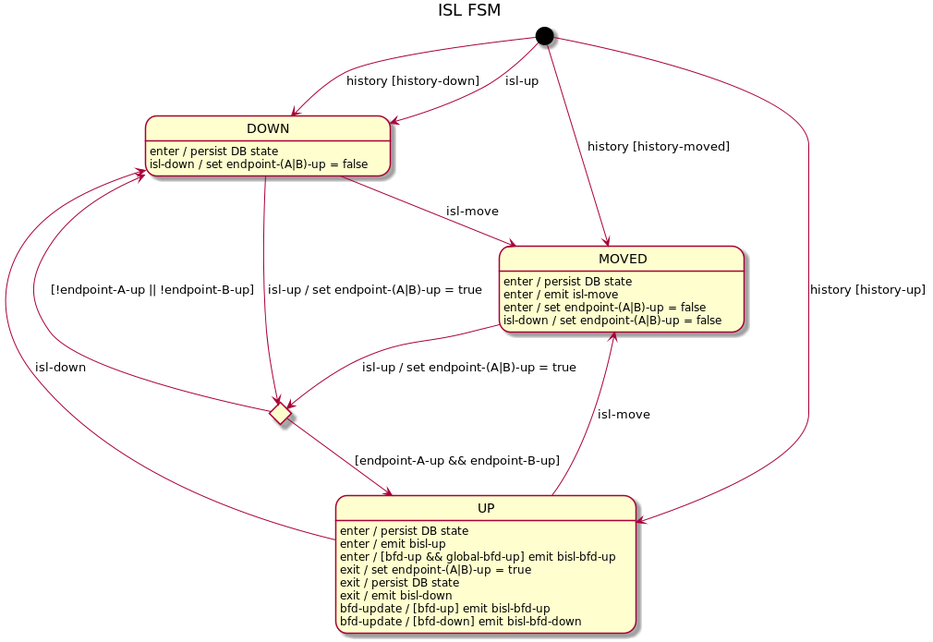
Above: docs/design/network-discovery/ISL-FSM.png in telstra/open-kilda (PlantUML), before the change.
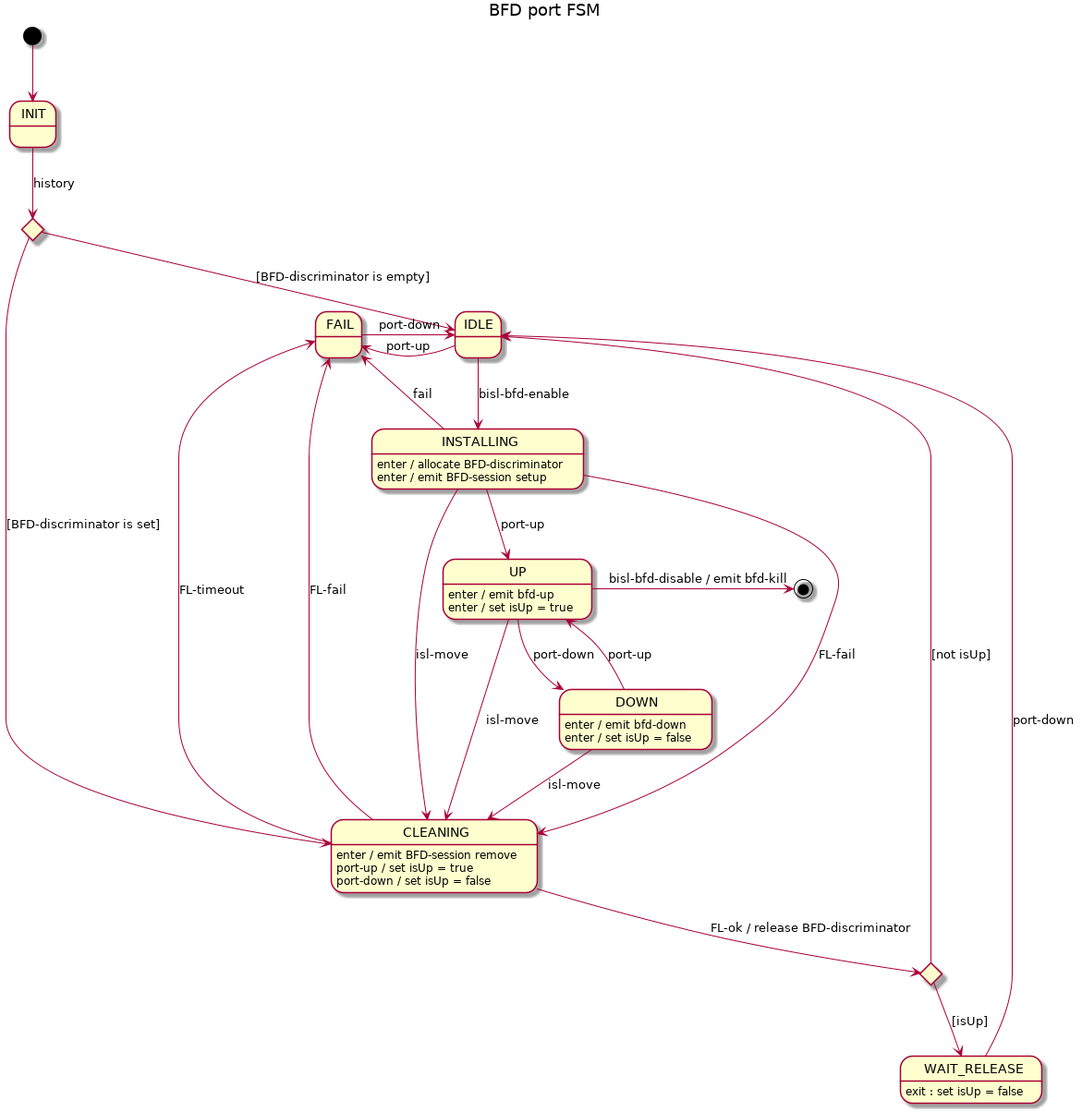
Later version of the same file.

The edit, as a diff of the source:
```diff
@@ -1,36 +1,50 @@
 @startuml
-title ISL FSM
+title BFD port FSM
 
-[*] --> DOWN : history [history-down]
-[*] --> DOWN : isl-up
-[*] --> UP : history [history-up]
-[*] --> MOVED : history [history-moved]
+[*] --> INIT
 
-state upAttempt <<choice>>
+state initChoice <<choice>>
+INIT --> initChoice : history
 
-DOWN --> upAttempt : isl-up / set endpoint-(A|B)-up = true
-DOWN --> MOVED : isl-move
-DOWN : enter / persist DB state
-DOWN : isl-down / set endpoint-(A|B)-up = false
+initChoice --> IDLE : [BFD-discriminator is empty]
+initChoice --> CLEANING : [BFD-discriminator is set]
 
-upAttempt --> UP : [endpoint-A-up && endpoint-B-up]
-upAttempt --> DOWN : [!endpoint-A-up || !endpoint-B-up]
+IDLE --> INSTALLING : bisl-bfd-enable
+IDLE -l-> FAIL : port-up
 
-UP --> DOWN : isl-down
-UP --> MOVED : isl-move
-UP : enter / persist DB state
-UP : enter / emit bisl-up
-UP : enter / [bfd-up && global-bfd-up] emit bisl-bfd-up
-UP : exit / set endpoint-(A|B)-up = true
-UP : exit / persist DB state
-UP : exit / emit bisl-down
-UP : bfd-update / [bfd-up] emit bisl-bfd-up
-UP : bfd-update / [bfd-down] emit bisl-bfd-down
+INSTALLING --> UP : port-up
+INSTALLING --> CLEANING : FL-fail
+INSTALLING --> CLEANING : isl-move
+INSTALLING --> FAIL : fail
+INSTALLING : enter / allocate BFD-discriminator
+INSTALLING : enter / emit BFD-session setup
 
-MOVED --> upAttempt : isl-up / set endpoint-(A|B)-up = true
-MOVED : enter / persist DB state
-MOVED : enter / emit isl-move
-MOVED : enter / set endpoint-(A|B)-up = false
-MOVED : isl-down / set endpoint-(A|B)-up = false
+state cleaningChoice <<choice>>
+
+CLEANING --> cleaningChoice : FL-ok / release BFD-discriminator
+CLEANING --> FAIL : FL-fail
+CLEANING --> FAIL : FL-timeout
+CLEANING : enter / emit BFD-session remove
+CLEANING : port-up / set isUp = true
+CLEANING : port-down / set isUp = false
+
+cleaningChoice --> IDLE : [not isUp]
+cleaningChoice --> WAIT_RELEASE : [isUp]
+
+WAIT_RELEASE --> IDLE : port-down
+WAIT_RELEASE : exit : set isUp = false
+
+UP --> DOWN : port-down
+UP --> CLEANING : isl-move
+UP -> [*] : bisl-bfd-disable / emit bfd-kill
+UP : enter / emit bfd-up
+UP : enter / set isUp = true
+
+DOWN --> UP : port-up
+DOWN --> CLEANING : isl-move
+DOWN : enter / emit bfd-down
+DOWN : enter / set isUp = false
+
+FAIL -r-> IDLE : port-down
 
 @enduml
```
